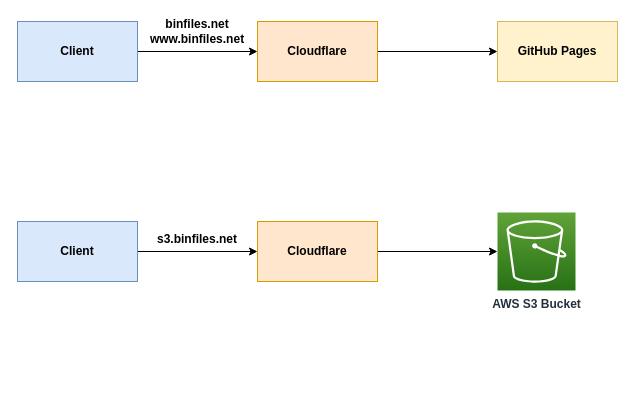
Earlier version of the draw.io diagram docs/img/Untitled Diagram.drawio (binfiles/binfiles.net). Source tidied: cells renumbered, new cells numbered last; positions are measured from the earlier drawing's top-left corner, leaving out a move shared by most shapes. Both pictures are drawn from the tidied source at 100%, with x=0, y=0 at pixel (17, 21).
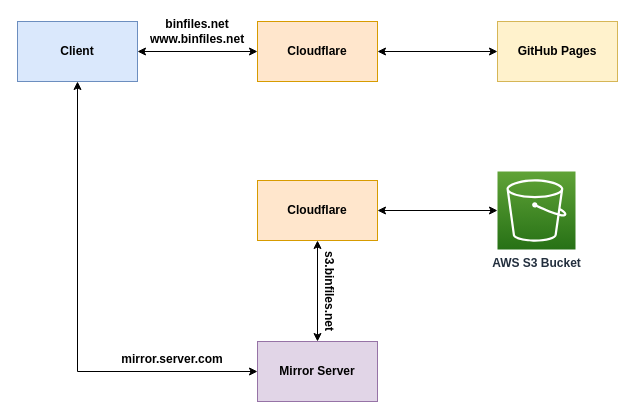
After the change.

Commit message:
Add mirror server access to architecture diagram

What changed in the source:
```diff
@@
 <mxGraphModel>
   <root>
     <mxCell id="0" />
     <mxCell id="1" parent="0" />
+    <mxCell id="14" value="Mirror Server" style="rounded=0;whiteSpace=wrap;html=1;fontStyle=1;fillColor=#e1d5e7;strokeColor=#9673a6;" parent="1" vertex="1">
+      <mxGeometry x="240" y="320" width="120" height="60" as="geometry" />
+    </mxCell>
+    <mxCell id="15" style="edgeStyle=orthogonalEdgeStyle;rounded=0;jettySize=auto;html=1;exitX=0.5;exitY=1;exitDx=0;exitDy=0;entryX=0;entryY=0.5;entryDx=0;entryDy=0;startArrow=classic;startFill=1;" parent="1" edge="1" source="11" target="14">
+      <mxGeometry relative="1" as="geometry" />
+    </mxCell>
+    <mxCell id="16" value="&lt;br&gt;mirror.server.com" style="text;html=1;strokeColor=none;fillColor=none;align=center;verticalAlign=middle;whiteSpace=wrap;rounded=0;fontStyle=1;" parent="1" vertex="1">
+      <mxGeometry x="135" y="320" width="40" height="20" as="geometry" />
+    </mxCell>
     <mxCell id="2" value="AWS S3 Bucket" style="outlineConnect=0;fontColor=#232F3E;gradientColor=#60A337;gradientDirection=north;fillColor=#277116;strokeColor=#ffffff;dashed=0;verticalLabelPosition=bottom;verticalAlign=top;align=center;html=1;fontSize=12;fontStyle=1;shape=mxgraph.aws4.resourceIcon;resIcon=mxgraph.aws4.s3;" parent="1" vertex="1">
-      <mxGeometry x="480" y="191" width="78" height="78" as="geometry" />
+      <mxGeometry x="480" y="150" width="78" height="78" as="geometry" />
     </mxCell>
-    <mxCell id="3" style="edgeStyle=orthogonalEdgeStyle;rounded=0;jettySize=auto;html=1;exitX=1;exitY=0.5;exitDx=0;exitDy=0;" parent="1" edge="1" source="4" target="2">
+    <mxCell id="3" style="edgeStyle=orthogonalEdgeStyle;rounded=0;jettySize=auto;html=1;exitX=1;exitY=0.5;exitDx=0;exitDy=0;startArrow=classic;startFill=1;" parent="1" edge="1" source="4" target="2">
       <mxGeometry relative="1" as="geometry" />
     </mxCell>
     <mxCell id="4" value="Cloudflare" style="rounded=0;whiteSpace=wrap;html=1;fontStyle=1;fillColor=#ffe6cc;strokeColor=#d79b00;" parent="1" vertex="1">
-      <mxGeometry x="240" y="200" width="120" height="60" as="geometry" />
+      <mxGeometry x="240" y="159" width="120" height="60" as="geometry" />
     </mxCell>
-    <mxCell id="5" style="edgeStyle=orthogonalEdgeStyle;rounded=0;jettySize=auto;html=1;exitX=1;exitY=0.5;exitDx=0;exitDy=0;entryX=0;entryY=0.5;entryDx=0;entryDy=0;" parent="1" edge="1" source="6" target="4">
+    <mxCell id="5" style="edgeStyle=orthogonalEdgeStyle;rounded=0;jettySize=auto;html=1;entryX=0.5;entryY=1;entryDx=0;entryDy=0;startArrow=classic;startFill=1;exitX=0.5;exitY=0;exitDx=0;exitDy=0;" parent="1" edge="1" source="14" target="4">
       <mxGeometry relative="1" as="geometry" />
     </mxCell>
-    <mxCell id="6" value="Client" style="rounded=0;whiteSpace=wrap;html=1;fontStyle=1;fillColor=#dae8fc;strokeColor=#6c8ebf;" parent="1" vertex="1">
-      <mxGeometry y="200" width="120" height="60" as="geometry" />
-    </mxCell>
-    <mxCell id="7" value="&lt;br&gt;s3.binfiles.net" style="text;html=1;strokeColor=none;fillColor=none;align=center;verticalAlign=middle;whiteSpace=wrap;rounded=0;fontStyle=1;" parent="1" vertex="1">
-      <mxGeometry x="160" y="200" width="40" height="20" as="geometry" />
+    <mxCell id="7" value="&lt;br&gt;s3.binfiles.net" style="text;html=1;strokeColor=none;fillColor=none;align=center;verticalAlign=middle;whiteSpace=wrap;rounded=0;fontStyle=1;rotation=90;" parent="1" vertex="1">
+      <mxGeometry x="300" y="260" width="40" height="20" as="geometry" />
     </mxCell>
-    <mxCell id="8" style="edgeStyle=orthogonalEdgeStyle;rounded=0;jettySize=auto;html=1;exitX=1;exitY=0.5;exitDx=0;exitDy=0;entryX=0;entryY=0.5;entryDx=0;entryDy=0;" parent="1" edge="1" source="9" target="13">
+    <mxCell id="8" style="edgeStyle=orthogonalEdgeStyle;rounded=0;jettySize=auto;html=1;exitX=1;exitY=0.5;exitDx=0;exitDy=0;entryX=0;entryY=0.5;entryDx=0;entryDy=0;startArrow=classic;startFill=1;" parent="1" edge="1" source="9" target="13">
       <mxGeometry relative="1" as="geometry" />
     </mxCell>
     <mxCell id="9" value="Cloudflare" style="rounded=0;whiteSpace=wrap;html=1;fontStyle=1;fillColor=#ffe6cc;strokeColor=#d79b00;" parent="1" vertex="1">
       <mxGeometry x="240" width="120" height="60" as="geometry" />
     </mxCell>
-    <mxCell id="10" style="edgeStyle=orthogonalEdgeStyle;rounded=0;jettySize=auto;html=1;exitX=1;exitY=0.5;exitDx=0;exitDy=0;entryX=0;entryY=0.5;entryDx=0;entryDy=0;" parent="1" edge="1" source="11" target="9">
+    <mxCell id="10" style="edgeStyle=orthogonalEdgeStyle;rounded=0;jettySize=auto;html=1;exitX=1;exitY=0.5;exitDx=0;exitDy=0;entryX=0;entryY=0.5;entryDx=0;entryDy=0;startArrow=classic;startFill=1;" parent="1" edge="1" source="11" target="9">
       <mxGeometry relative="1" as="geometry" />
     </mxCell>
     <mxCell id="11" value="Client" style="rounded=0;whiteSpace=wrap;html=1;fontStyle=1;fillColor=#dae8fc;strokeColor=#6c8ebf;" parent="1" vertex="1">
       <mxGeometry width="120" height="60" as="geometry" />
     </mxCell>
     <mxCell id="12" value="binfiles.net&lt;br&gt;www.binfiles.net" style="text;html=1;strokeColor=none;fillColor=none;align=center;verticalAlign=middle;whiteSpace=wrap;rounded=0;fontStyle=1;" parent="1" vertex="1">
       <mxGeometry x="160" width="40" height="20" as="geometry" />
     </mxCell>
     <mxCell id="13" value="GitHub Pages" style="rounded=0;whiteSpace=wrap;html=1;fontStyle=1;fillColor=#fff2cc;strokeColor=#d6b656;" parent="1" vertex="1">
       <mxGeometry x="480" width="120" height="60" as="geometry" />
     </mxCell>
   </root>
 </mxGraphModel>
```
